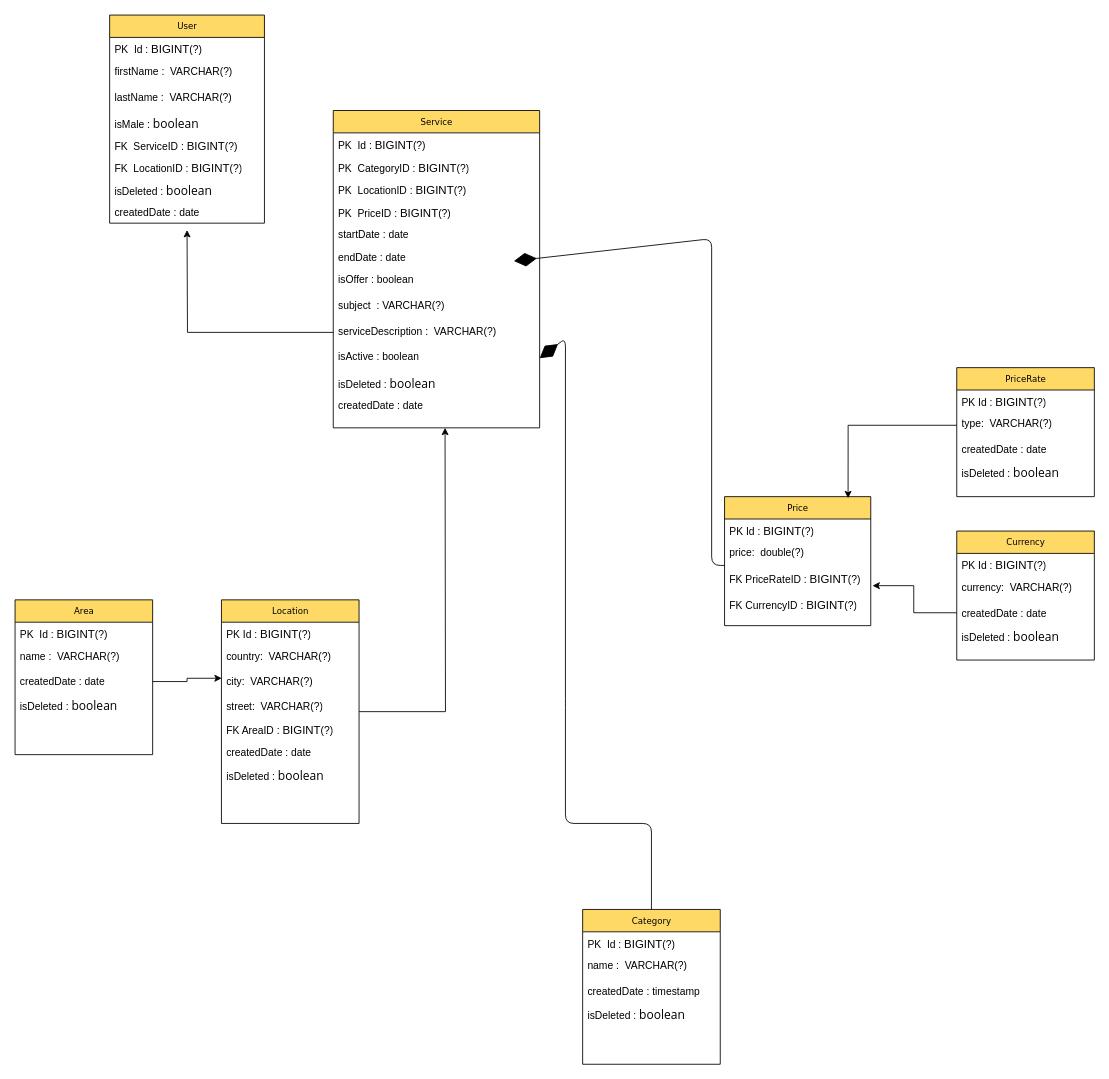
The draw.io diagram HelppyERD.drawio in StanislavRa/group_A_Helppy, before the edit. Source tidied: cells renumbered, new cells numbered last; positions are measured from the earlier drawing's top-left corner, leaving out a move shared by most shapes. Both pictures are drawn from the tidied source at 86%, with x=0, y=0 at pixel (15, 15).
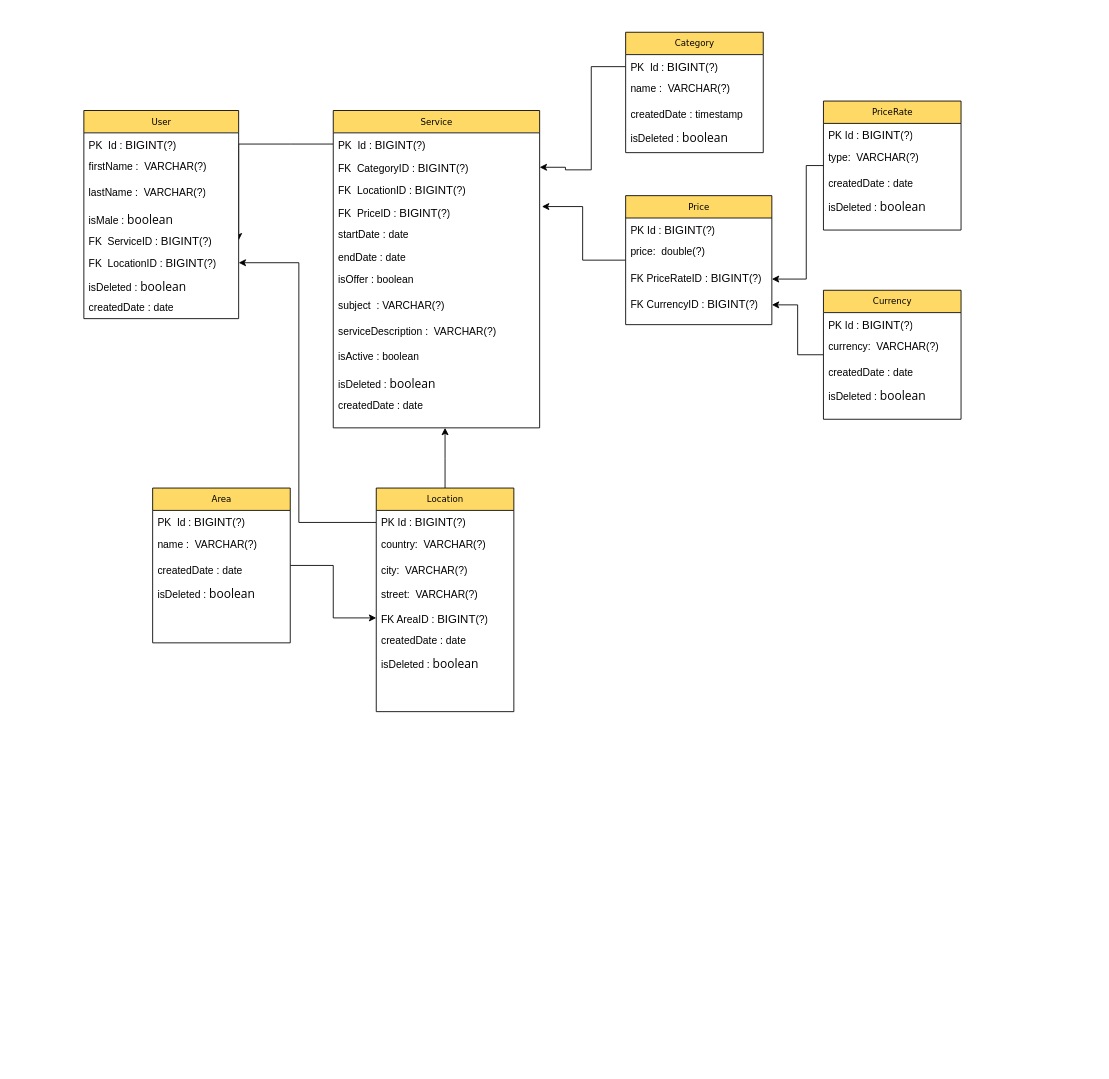
Above is the later version.

The change refers to these unchanged cells:
```xml
<mxCell id="7" value="Service" style="swimlane;html=1;fontStyle=0;horizontal=1;startSize=26;fillColor=#FFD966;swimlaneFillColor=#ffffff;rounded=0;shadow=0;comic=0;labelBackgroundColor=none;strokeWidth=1;fontFamily=Verdana;fontSize=10;align=center;" parent="1" vertex="1">
  <mxGeometry x="370" y="111" width="240" height="369" as="geometry" />
</mxCell>
<mxCell id="16" value="serviceDescription :&amp;nbsp; VARCHAR(?)" style="text;html=1;strokeColor=none;fillColor=none;align=left;verticalAlign=top;spacingLeft=4;spacingRight=4;whiteSpace=wrap;overflow=hidden;points=[[0,0.5],[1,0.5]];portConstraint=eastwest;" parent="7" vertex="1">
  <mxGeometry y="243" width="240" height="30" as="geometry" />
</mxCell>
<mxCell id="17" value="isActive : boolean" style="text;html=1;strokeColor=none;fillColor=none;align=left;verticalAlign=top;spacingLeft=4;spacingRight=4;whiteSpace=wrap;overflow=hidden;points=[[0,0.5],[1,0.5]];portConstraint=eastwest;" parent="7" vertex="1">
  <mxGeometry y="273" width="240" height="30" as="geometry" />
</mxCell>
<mxCell id="25" value="createdDate : date" style="text;html=1;strokeColor=none;fillColor=none;align=left;verticalAlign=top;spacingLeft=4;spacingRight=4;whiteSpace=wrap;overflow=hidden;points=[[0,0.5],[1,0.5]];portConstraint=eastwest;" parent="22" vertex="1">
  <mxGeometry y="82" width="160" height="26" as="geometry" />
</mxCell>
<mxCell id="32" value="FK&amp;nbsp; ServiceID :&amp;nbsp;&lt;span style=&quot;font-family: &amp;#34;arial&amp;#34; , &amp;#34;helvetica&amp;#34; , sans-serif ; font-size: 13.3333px ; background-color: rgb(255 , 255 , 255)&quot;&gt;BIGINT&lt;/span&gt;(?)&lt;span style=&quot;font-family: &amp;#34;arial&amp;#34; , &amp;#34;helvetica&amp;#34; , sans-serif ; font-size: 13.3333px ; background-color: rgb(255 , 255 , 255)&quot;&gt;&lt;br&gt;&amp;nbsp;&lt;/span&gt;" style="text;html=1;strokeColor=none;fillColor=none;align=left;verticalAlign=top;spacingLeft=4;spacingRight=4;whiteSpace=wrap;overflow=hidden;points=[[0,0.5],[1,0.5]];portConstraint=eastwest;" parent="27" vertex="1">
  <mxGeometry y="138" width="180" height="26" as="geometry" />
</mxCell>
<mxCell id="33" value="FK&amp;nbsp; LocationID :&amp;nbsp;&lt;span style=&quot;font-family: &amp;#34;arial&amp;#34; , &amp;#34;helvetica&amp;#34; , sans-serif ; font-size: 13.3333px ; background-color: rgb(255 , 255 , 255)&quot;&gt;BIGINT&lt;/span&gt;(?)&lt;span style=&quot;font-family: &amp;#34;arial&amp;#34; , &amp;#34;helvetica&amp;#34; , sans-serif ; font-size: 13.3333px ; background-color: rgb(255 , 255 , 255)&quot;&gt;&lt;br&gt;&amp;nbsp;&lt;/span&gt;" style="text;html=1;strokeColor=none;fillColor=none;align=left;verticalAlign=top;spacingLeft=4;spacingRight=4;whiteSpace=wrap;overflow=hidden;points=[[0,0.5],[1,0.5]];portConstraint=eastwest;" parent="27" vertex="1">
  <mxGeometry y="164" width="180" height="26" as="geometry" />
</mxCell>
<mxCell id="40" value="city:&amp;nbsp; VARCHAR(?)" style="text;html=1;strokeColor=none;fillColor=none;align=left;verticalAlign=top;spacingLeft=4;spacingRight=4;whiteSpace=wrap;overflow=hidden;points=[[0,0.5],[1,0.5]];portConstraint=eastwest;" parent="37" vertex="1">
  <mxGeometry y="82" width="160" height="28" as="geometry" />
</mxCell>
<mxCell id="42" value="FK AreaID :&amp;nbsp;&lt;span style=&quot;font-family: &amp;#34;arial&amp;#34; , &amp;#34;helvetica&amp;#34; , sans-serif ; font-size: 13.3333px ; background-color: rgb(255 , 255 , 255)&quot;&gt;BIGINT&lt;/span&gt;(?)&lt;span style=&quot;font-family: &amp;#34;arial&amp;#34; , &amp;#34;helvetica&amp;#34; , sans-serif ; font-size: 13.3333px ; background-color: rgb(255 , 255 , 255)&quot;&gt;&lt;br&gt;&amp;nbsp;&lt;/span&gt;" style="text;html=1;strokeColor=none;fillColor=none;align=left;verticalAlign=top;spacingLeft=4;spacingRight=4;whiteSpace=wrap;overflow=hidden;points=[[0,0.5],[1,0.5]];portConstraint=eastwest;" parent="37" vertex="1">
  <mxGeometry y="138" width="160" height="26" as="geometry" />
</mxCell>
<mxCell id="48" value="createdDate : date" style="text;html=1;strokeColor=none;fillColor=none;align=left;verticalAlign=top;spacingLeft=4;spacingRight=4;whiteSpace=wrap;overflow=hidden;points=[[0,0.5],[1,0.5]];portConstraint=eastwest;" parent="45" vertex="1">
  <mxGeometry y="82" width="160" height="26" as="geometry" />
</mxCell>
<mxCell id="52" value="type:&amp;nbsp; VARCHAR(?)" style="text;html=1;strokeColor=none;fillColor=none;align=left;verticalAlign=top;spacingLeft=4;spacingRight=4;whiteSpace=wrap;overflow=hidden;points=[[0,0.5],[1,0.5]];portConstraint=eastwest;" parent="50" vertex="1">
  <mxGeometry y="52" width="160" height="30" as="geometry" />
</mxCell>
<mxCell id="58" value="FK PriceRateID :&amp;nbsp;&lt;span style=&quot;font-family: &amp;#34;arial&amp;#34; , &amp;#34;helvetica&amp;#34; , sans-serif ; font-size: 13.3333px ; background-color: rgb(255 , 255 , 255)&quot;&gt;BIGINT&lt;/span&gt;(?)&lt;span style=&quot;font-family: &amp;#34;arial&amp;#34; , &amp;#34;helvetica&amp;#34; , sans-serif ; font-size: 13.3333px ; background-color: rgb(255 , 255 , 255)&quot;&gt;&lt;br&gt;&amp;nbsp;&lt;/span&gt;" style="text;html=1;strokeColor=none;fillColor=none;align=left;verticalAlign=top;spacingLeft=4;spacingRight=4;whiteSpace=wrap;overflow=hidden;points=[[0,0.5],[1,0.5]];portConstraint=eastwest;" parent="55" vertex="1">
  <mxGeometry y="82" width="170" height="30" as="geometry" />
</mxCell>
<mxCell id="59" value="FK CurrencyID :&amp;nbsp;&lt;span style=&quot;font-family: &amp;#34;arial&amp;#34; , &amp;#34;helvetica&amp;#34; , sans-serif ; font-size: 13.3333px ; background-color: rgb(255 , 255 , 255)&quot;&gt;BIGINT&lt;/span&gt;(?)&lt;span style=&quot;font-family: &amp;#34;arial&amp;#34; , &amp;#34;helvetica&amp;#34; , sans-serif ; font-size: 13.3333px ; background-color: rgb(255 , 255 , 255)&quot;&gt;&lt;br&gt;&amp;nbsp;&lt;/span&gt;" style="text;html=1;strokeColor=none;fillColor=none;align=left;verticalAlign=top;spacingLeft=4;spacingRight=4;whiteSpace=wrap;overflow=hidden;points=[[0,0.5],[1,0.5]];portConstraint=eastwest;" parent="55" vertex="1">
  <mxGeometry y="112" width="170" height="30" as="geometry" />
</mxCell>
```

What changed in the source:
```diff
@@
+    <mxCell id="64" style="edgeStyle=orthogonalEdgeStyle;rounded=0;jettySize=auto;html=1;entryX=1;entryY=0.5;entryDx=0;entryDy=0;" parent="1" edge="1" source="2" target="9">
+      <mxGeometry relative="1" as="geometry">
+        <Array as="points">
+          <mxPoint x="670" y="60" />
+          <mxPoint x="670" y="180" />
+          <mxPoint x="640" y="180" />
+          <mxPoint x="640" y="177" />
+        </Array>
+      </mxGeometry>
+    </mxCell>
     <mxCell id="2" value="Category" style="swimlane;html=1;fontStyle=0;horizontal=1;startSize=26;fillColor=#FFD966;swimlaneFillColor=#ffffff;rounded=0;shadow=0;comic=0;labelBackgroundColor=none;strokeWidth=1;fontFamily=Verdana;fontSize=10;align=center;" parent="1" vertex="1">
-      <mxGeometry x="660" y="1040" width="160" height="180" as="geometry" />
+      <mxGeometry x="710" y="20" width="160" height="140" as="geometry" />
     </mxCell>
@@
+    <mxCell id="65" style="edgeStyle=orthogonalEdgeStyle;rounded=0;jettySize=auto;html=1;entryX=1;entryY=0.5;entryDx=0;entryDy=0;" parent="1" edge="1" source="7" target="32">
+      <mxGeometry relative="1" as="geometry">
+        <Array as="points">
+          <mxPoint x="320" y="150" />
+          <mxPoint x="320" y="150" />
+        </Array>
+      </mxGeometry>
+    </mxCell>
@@
-    <mxCell id="9" value="PK&amp;nbsp; CategoryID :&amp;nbsp;&lt;span style=&quot;font-family: &amp;#34;arial&amp;#34; , &amp;#34;helvetica&amp;#34; , sans-serif ; font-size: 13.3333px ; background-color: rgb(255 , 255 , 255)&quot;&gt;BIGINT&lt;/span&gt;(?)&lt;span style=&quot;font-family: &amp;#34;arial&amp;#34; , &amp;#34;helvetica&amp;#34; , sans-serif ; font-size: 13.3333px ; background-color: rgb(255 , 255 , 255)&quot;&gt;&lt;br&gt;&amp;nbsp;&lt;/span&gt;" style="text;html=1;strokeColor=none;fillColor=none;align=left;verticalAlign=top;spacingLeft=4;spacingRight=4;whiteSpace=wrap;overflow=hidden;points=[[0,0.5],[1,0.5]];portConstraint=eastwest;" parent="7" vertex="1">
+    <mxCell id="9" value="FK&amp;nbsp; CategoryID :&amp;nbsp;&lt;span style=&quot;font-family: &amp;#34;arial&amp;#34; , &amp;#34;helvetica&amp;#34; , sans-serif ; font-size: 13.3333px ; background-color: rgb(255 , 255 , 255)&quot;&gt;BIGINT&lt;/span&gt;(?)&lt;span style=&quot;font-family: &amp;#34;arial&amp;#34; , &amp;#34;helvetica&amp;#34; , sans-serif ; font-size: 13.3333px ; background-color: rgb(255 , 255 , 255)&quot;&gt;&lt;br&gt;&amp;nbsp;&lt;/span&gt;" style="text;html=1;strokeColor=none;fillColor=none;align=left;verticalAlign=top;spacingLeft=4;spacingRight=4;whiteSpace=wrap;overflow=hidden;points=[[0,0.5],[1,0.5]];portConstraint=eastwest;" parent="7" vertex="1">
       <mxGeometry y="53" width="240" height="26" as="geometry" />
     </mxCell>
-    <mxCell id="10" value="PK&amp;nbsp; LocationID :&amp;nbsp;&lt;span style=&quot;font-family: &amp;#34;arial&amp;#34; , &amp;#34;helvetica&amp;#34; , sans-serif ; font-size: 13.3333px ; background-color: rgb(255 , 255 , 255)&quot;&gt;BIGINT&lt;/span&gt;(?)&lt;span style=&quot;font-family: &amp;#34;arial&amp;#34; , &amp;#34;helvetica&amp;#34; , sans-serif ; font-size: 13.3333px ; background-color: rgb(255 , 255 , 255)&quot;&gt;&lt;br&gt;&amp;nbsp;&lt;/span&gt;" style="text;html=1;strokeColor=none;fillColor=none;align=left;verticalAlign=top;spacingLeft=4;spacingRight=4;whiteSpace=wrap;overflow=hidden;" parent="7" vertex="1">
+    <mxCell id="10" value="FK&amp;nbsp; LocationID :&amp;nbsp;&lt;span style=&quot;font-family: &amp;#34;arial&amp;#34; , &amp;#34;helvetica&amp;#34; , sans-serif ; font-size: 13.3333px ; background-color: rgb(255 , 255 , 255)&quot;&gt;BIGINT&lt;/span&gt;(?)&lt;span style=&quot;font-family: &amp;#34;arial&amp;#34; , &amp;#34;helvetica&amp;#34; , sans-serif ; font-size: 13.3333px ; background-color: rgb(255 , 255 , 255)&quot;&gt;&lt;br&gt;&amp;nbsp;&lt;/span&gt;" style="text;html=1;strokeColor=none;fillColor=none;align=left;verticalAlign=top;spacingLeft=4;spacingRight=4;whiteSpace=wrap;overflow=hidden;" parent="7" vertex="1">
       <mxGeometry y="79" width="240" height="26" as="geometry" />
     </mxCell>
-    <mxCell id="11" value="PK&amp;nbsp; PriceID :&amp;nbsp;&lt;span style=&quot;font-family: &amp;#34;arial&amp;#34; , &amp;#34;helvetica&amp;#34; , sans-serif ; font-size: 13.3333px ; background-color: rgb(255 , 255 , 255)&quot;&gt;BIGINT&lt;/span&gt;(?)&lt;span style=&quot;font-family: &amp;#34;arial&amp;#34; , &amp;#34;helvetica&amp;#34; , sans-serif ; font-size: 13.3333px ; background-color: rgb(255 , 255 , 255)&quot;&gt;&lt;br&gt;&amp;nbsp;&lt;/span&gt;" style="text;html=1;strokeColor=none;fillColor=none;align=left;verticalAlign=top;spacingLeft=4;spacingRight=4;whiteSpace=wrap;overflow=hidden;points=[[0,0.5],[1,0.5]];portConstraint=eastwest;" parent="7" vertex="1">
+    <mxCell id="11" value="FK&amp;nbsp; PriceID :&amp;nbsp;&lt;span style=&quot;font-family: &amp;#34;arial&amp;#34; , &amp;#34;helvetica&amp;#34; , sans-serif ; font-size: 13.3333px ; background-color: rgb(255 , 255 , 255)&quot;&gt;BIGINT&lt;/span&gt;(?)&lt;span style=&quot;font-family: &amp;#34;arial&amp;#34; , &amp;#34;helvetica&amp;#34; , sans-serif ; font-size: 13.3333px ; background-color: rgb(255 , 255 , 255)&quot;&gt;&lt;br&gt;&amp;nbsp;&lt;/span&gt;" style="text;html=1;strokeColor=none;fillColor=none;align=left;verticalAlign=top;spacingLeft=4;spacingRight=4;whiteSpace=wrap;overflow=hidden;points=[[0,0.5],[1,0.5]];portConstraint=eastwest;" parent="7" vertex="1">
       <mxGeometry y="105" width="240" height="26" as="geometry" />
     </mxCell>
@@
-    <mxCell id="20" style="endArrow=diamondThin;endFill=1;endSize=24;html=1;exitX=0;exitY=0.5;exitDx=0;exitDy=0;entryX=1;entryY=0.5;entryDx=0;entryDy=0;" parent="1" edge="1">
-      <mxGeometry relative="1" as="geometry">
-        <mxPoint x="830" y="640" as="sourcePoint" />
-        <mxPoint x="580" y="286" as="targetPoint" />
-        <Array as="points">
-          <mxPoint x="810" y="640" />
-          <mxPoint x="810" y="260" />
-        </Array>
-      </mxGeometry>
-    </mxCell>
-    <mxCell id="21" style="endArrow=diamondThin;endFill=1;endSize=24;html=1;exitX=0.5;exitY=0;exitDx=0;exitDy=0;entryX=1;entryY=0.5;entryDx=0;entryDy=0;" parent="1" edge="1" source="2" target="17">
-      <mxGeometry relative="1" as="geometry">
-        <Array as="points">
-          <mxPoint x="740" y="940" />
-          <mxPoint x="640" y="940" />
-          <mxPoint x="640" y="805" />
-          <mxPoint x="640" y="376" />
-        </Array>
-      </mxGeometry>
-    </mxCell>
+    <mxCell id="66" style="edgeStyle=orthogonalEdgeStyle;rounded=0;jettySize=auto;html=1;entryX=0;entryY=0.5;entryDx=0;entryDy=0;" parent="1" edge="1" source="22" target="42">
+      <mxGeometry relative="1" as="geometry" />
+    </mxCell>
     <mxCell id="22" value="Area" style="swimlane;html=1;fontStyle=0;horizontal=1;startSize=26;fillColor=#FFD966;swimlaneFillColor=#ffffff;rounded=0;shadow=0;comic=0;labelBackgroundColor=none;strokeWidth=1;fontFamily=Verdana;fontSize=10;align=center;" parent="1" vertex="1">
-      <mxGeometry y="680" width="160" height="180" as="geometry" />
+      <mxGeometry x="160" y="550" width="160" height="180" as="geometry" />
     </mxCell>
@@
     <mxCell id="27" value="User" style="swimlane;html=1;fontStyle=0;horizontal=1;startSize=26;fillColor=#FFD966;swimlaneFillColor=#ffffff;rounded=0;shadow=0;comic=0;labelBackgroundColor=none;strokeWidth=1;fontFamily=Verdana;fontSize=10;align=center;" parent="1" vertex="1">
-      <mxGeometry x="110" width="180" height="242" as="geometry" />
+      <mxGeometry x="80" y="111" width="180" height="242" as="geometry" />
     </mxCell>
@@
+    <mxCell id="67" style="edgeStyle=orthogonalEdgeStyle;rounded=0;jettySize=auto;html=1;entryX=1;entryY=0.5;entryDx=0;entryDy=0;" parent="1" edge="1" source="37" target="33">
+      <mxGeometry relative="1" as="geometry">
+        <Array as="points">
+          <mxPoint x="330" y="590" />
+          <mxPoint x="330" y="288" />
+        </Array>
+      </mxGeometry>
+    </mxCell>
     <mxCell id="37" value="Location" style="swimlane;html=1;fontStyle=0;horizontal=1;startSize=26;fillColor=#FFD966;swimlaneFillColor=#ffffff;rounded=0;shadow=0;comic=0;labelBackgroundColor=none;strokeWidth=1;fontFamily=Verdana;fontSize=10;align=center;" parent="1" vertex="1">
-      <mxGeometry x="240" y="680" width="160" height="260" as="geometry" />
+      <mxGeometry x="420" y="550" width="160" height="260" as="geometry" />
     </mxCell>
@@
+    <mxCell id="68" style="edgeStyle=orthogonalEdgeStyle;rounded=0;jettySize=auto;html=1;entryX=1;entryY=0.5;entryDx=0;entryDy=0;" parent="1" edge="1" source="45" target="59">
+      <mxGeometry relative="1" as="geometry" />
+    </mxCell>
     <mxCell id="45" value="Currency" style="swimlane;html=1;fontStyle=0;horizontal=1;startSize=26;fillColor=#FFD966;swimlaneFillColor=#ffffff;rounded=0;shadow=0;comic=0;labelBackgroundColor=none;strokeWidth=1;fontFamily=Verdana;fontSize=10;align=center;" parent="1" vertex="1">
-      <mxGeometry x="1095" y="600" width="160" height="150" as="geometry" />
+      <mxGeometry x="940" y="320" width="160" height="150" as="geometry" />
     </mxCell>
@@
+    <mxCell id="69" style="edgeStyle=orthogonalEdgeStyle;rounded=0;jettySize=auto;html=1;entryX=1;entryY=0.5;entryDx=0;entryDy=0;" parent="1" edge="1" source="50" target="58">
+      <mxGeometry relative="1" as="geometry">
+        <Array as="points">
+          <mxPoint x="920" y="175" />
+          <mxPoint x="920" y="307" />
+        </Array>
+      </mxGeometry>
+    </mxCell>
     <mxCell id="50" value="PriceRate" style="swimlane;html=1;fontStyle=0;horizontal=1;startSize=26;fillColor=#FFD966;swimlaneFillColor=#ffffff;rounded=0;shadow=0;comic=0;labelBackgroundColor=none;strokeWidth=1;fontFamily=Verdana;fontSize=10;align=center;" parent="1" vertex="1">
-      <mxGeometry x="1095" y="410" width="160" height="150" as="geometry" />
+      <mxGeometry x="940" y="100" width="160" height="150" as="geometry" />
     </mxCell>
@@
+    <mxCell id="70" style="edgeStyle=orthogonalEdgeStyle;rounded=0;jettySize=auto;html=1;entryX=1.011;entryY=0.257;entryDx=0;entryDy=0;entryPerimeter=0;" parent="1" edge="1" source="55" target="11">
+      <mxGeometry relative="1" as="geometry" />
+    </mxCell>
     <mxCell id="55" value="Price" style="swimlane;html=1;fontStyle=0;horizontal=1;startSize=26;fillColor=#FFD966;swimlaneFillColor=#ffffff;rounded=0;shadow=0;comic=0;labelBackgroundColor=none;strokeWidth=1;fontFamily=Verdana;fontSize=10;align=center;" parent="1" vertex="1">
-      <mxGeometry x="825" y="560" width="170" height="150" as="geometry" />
+      <mxGeometry x="710" y="210" width="170" height="150" as="geometry" />
     </mxCell>
@@
-    <mxCell id="60" style="edgeStyle=orthogonalEdgeStyle;rounded=0;jettySize=auto;html=1;" parent="1" edge="1" source="16">
-      <mxGeometry relative="1" as="geometry">
-        <mxPoint x="200" y="250" as="targetPoint" />
-      </mxGeometry>
-    </mxCell>
-    <mxCell id="61" style="edgeStyle=orthogonalEdgeStyle;rounded=0;jettySize=auto;html=1;exitX=1;exitY=0.5;exitDx=0;exitDy=0;entryX=0.002;entryY=0.327;entryDx=0;entryDy=0;entryPerimeter=0;" parent="1" edge="1" source="25" target="40">
-      <mxGeometry relative="1" as="geometry" />
-    </mxCell>
-    <mxCell id="62" style="edgeStyle=orthogonalEdgeStyle;rounded=0;jettySize=auto;html=1;entryX=0.845;entryY=0.012;entryDx=0;entryDy=0;entryPerimeter=0;" parent="1" edge="1" source="52" target="55">
-      <mxGeometry relative="1" as="geometry" />
-    </mxCell>
-    <mxCell id="63" style="edgeStyle=orthogonalEdgeStyle;rounded=0;jettySize=auto;html=1;exitX=0;exitY=0.5;exitDx=0;exitDy=0;entryX=1.012;entryY=0.717;entryDx=0;entryDy=0;entryPerimeter=0;" parent="1" edge="1" source="48" target="58">
-      <mxGeometry relative="1" as="geometry" />
-    </mxCell>
```
